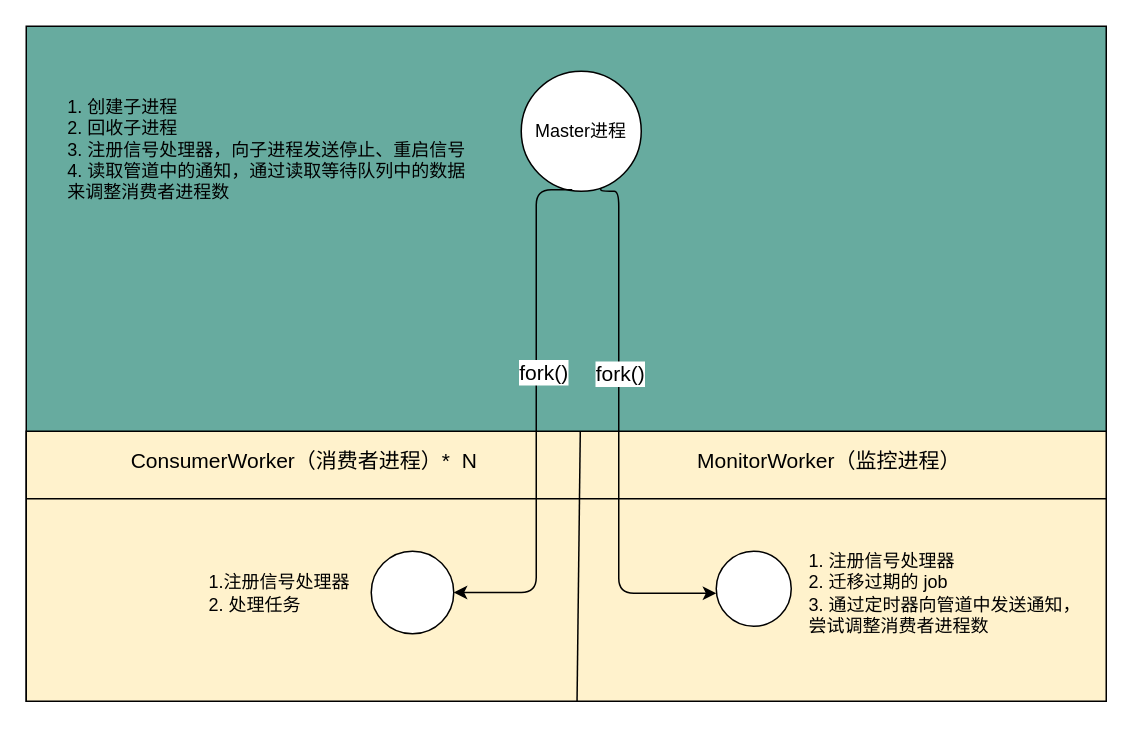
Earlier version of the draw.io diagram ugc-queue.drawio (dendi875/draw). Source tidied: cells renumbered, new cells numbered last; positions are measured from the earlier drawing's top-left corner, leaving out a move shared by most shapes. Both pictures are drawn from the tidied source at 150%, with x=0, y=0 at pixel (26, 26).
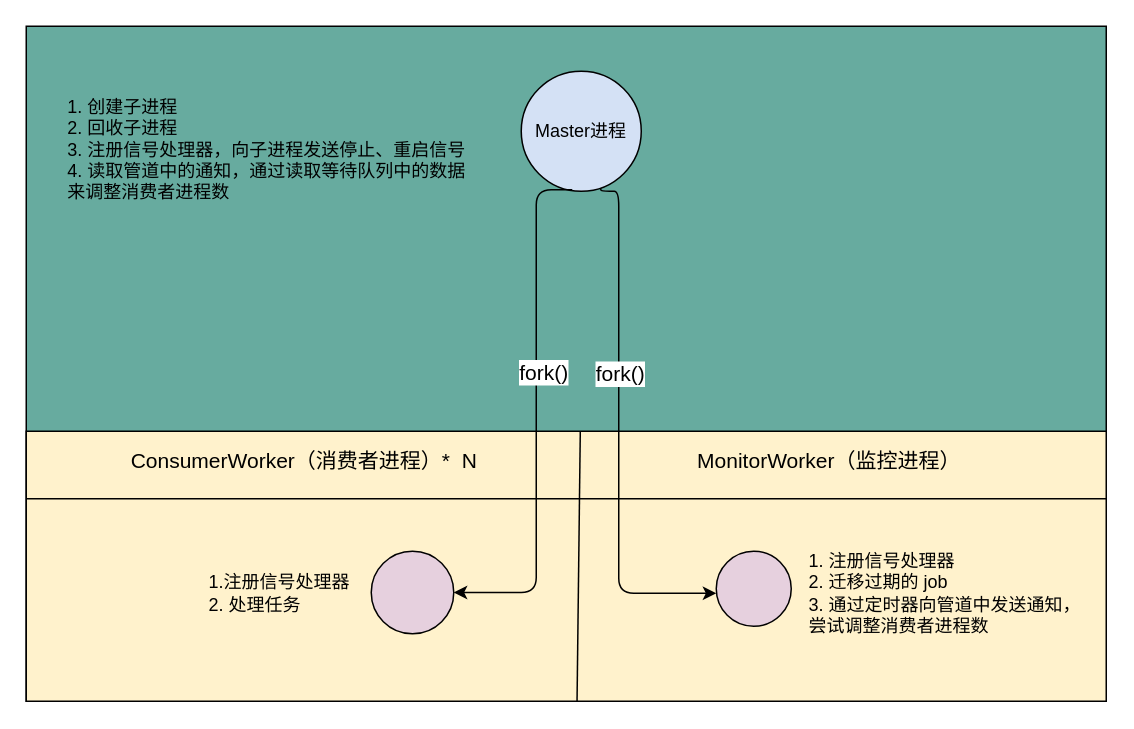
Above is the later version.

The edit, as a diff of the source:
```diff
@@
-    <mxCell id="7" style="ellipse;whiteSpace=wrap;html=1;" parent="1" vertex="1">
+    <mxCell id="7" style="ellipse;whiteSpace=wrap;html=1;fillColor=#E6D0DE;" parent="1" vertex="1">
       <mxGeometry x="230" y="350" width="55" height="55" as="geometry" />
     </mxCell>
-    <mxCell id="8" style="ellipse;whiteSpace=wrap;html=1;" parent="1" vertex="1">
+    <mxCell id="8" style="ellipse;whiteSpace=wrap;html=1;fillColor=#E6D0DE;" parent="1" vertex="1">
       <mxGeometry x="460" y="350" width="50" height="50" as="geometry" />
     </mxCell>
@@
-    <mxCell id="10" value="Master进程" style="ellipse;whiteSpace=wrap;html=1;" parent="1" vertex="1">
+    <mxCell id="10" value="Master进程" style="ellipse;whiteSpace=wrap;html=1;fillColor=#D4E1F5;" parent="1" vertex="1">
       <mxGeometry x="330" y="30" width="80" height="80" as="geometry" />
     </mxCell>
```
